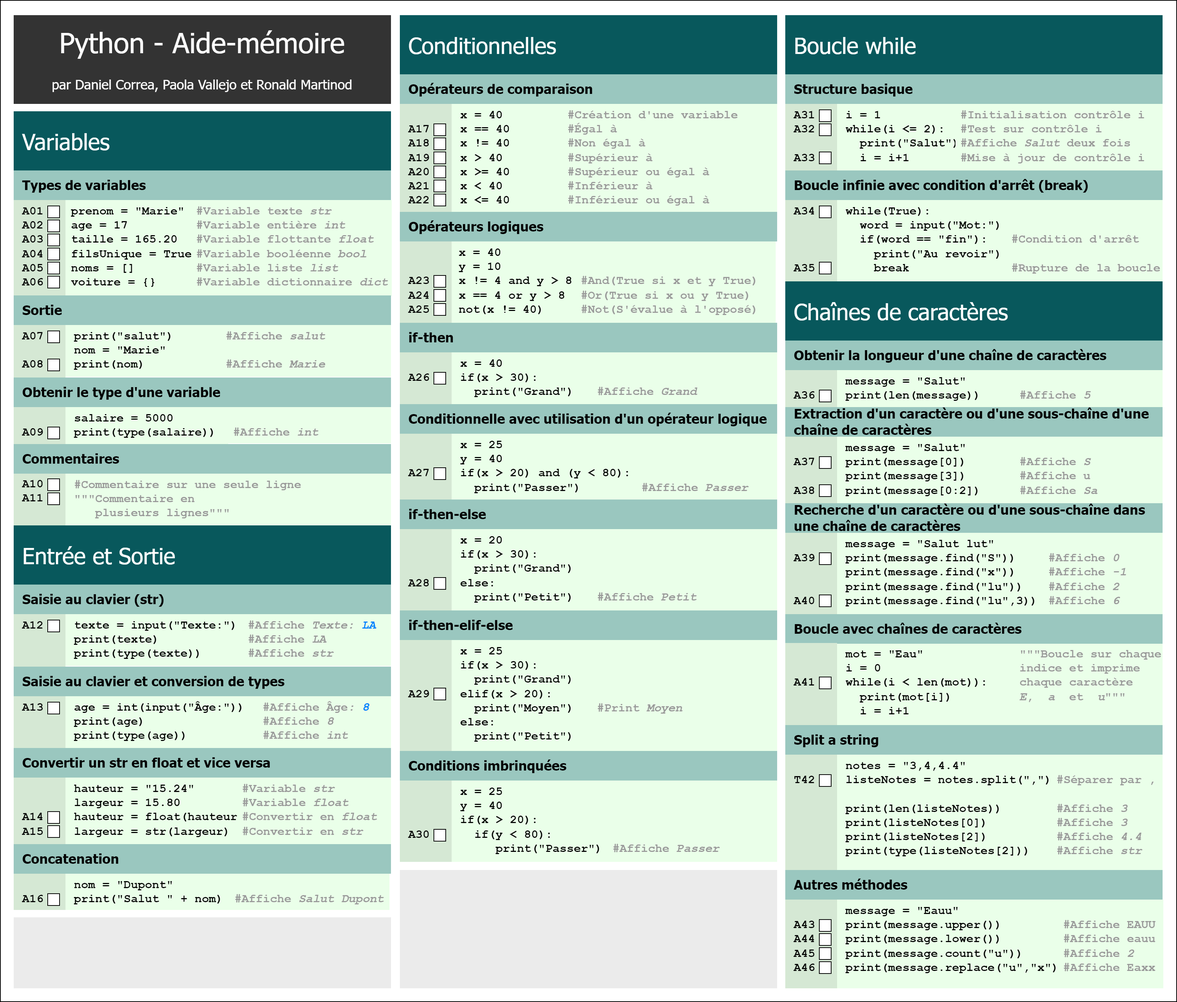
The draw.io diagram Aide-Memoire-Feuille-1.png in PracticalBooks/Python-Pour-Debutants, before a commit. Source tidied: cells renumbered, new cells last; positions are measured from the earlier drawing's top-left corner, leaving out a move shared by most shapes.
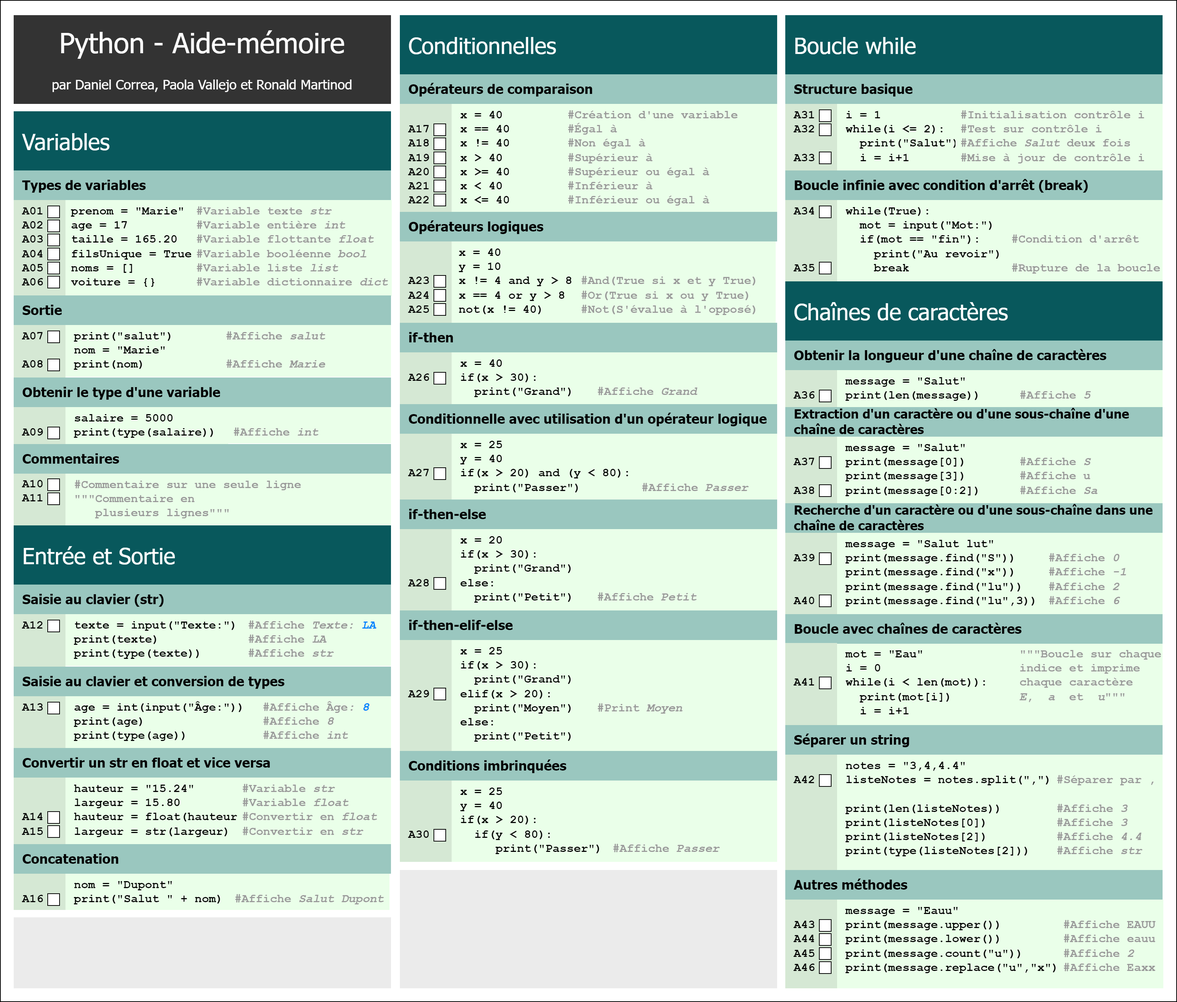
Above is the later version.

Diff of the diagram source:
```diff
@@ -110,7 +110,7 @@
     <mxCell id="37" value="&lt;font style=&quot;&quot;&gt;&lt;font color=&quot;#999999&quot; style=&quot;font-size: 16px;&quot;&gt;&lt;font style=&quot;&quot;&gt;#Initialisation contrôle i&lt;/font&gt;&lt;br&gt;#Test sur contrôle i&lt;br&gt;#Affiche&amp;nbsp;&lt;i style=&quot;&quot;&gt;Salut&lt;/i&gt;&amp;nbsp;deux fois&lt;br&gt;#&lt;font style=&quot;&quot;&gt;Mise à jour de contrôle i&lt;/font&gt;&lt;/font&gt;&lt;br style=&quot;font-size: 16px&quot;&gt;&lt;/font&gt;" style="whiteSpace=wrap;html=1;rounded=0;shadow=0;dashed=0;strokeColor=none;strokeWidth=4;fillColor=#EAFFE9;gradientColor=none;fontFamily=Courier New;fontSize=16;fontColor=#FFFFFF;align=left;spacingLeft=5;verticalAlign=top;spacingTop=0;fontStyle=1;" parent="1" vertex="1">
       <mxGeometry x="1291" y="140" width="280" height="90" as="geometry" />
     </mxCell>
-    <mxCell id="38" value="&lt;font color=&quot;#000000&quot; style=&quot;font-size: 16px&quot;&gt;while(True):&lt;br&gt;&amp;nbsp; word = input(&quot;Mot:&quot;)&lt;br&gt;&amp;nbsp; if(word == &quot;fin&quot;):&lt;br&gt;&amp;nbsp; &amp;nbsp; print(&quot;Au revoir&quot;)&lt;br&gt;&amp;nbsp; &amp;nbsp; break&lt;br style=&quot;font-size: 16px&quot;&gt;&lt;/font&gt;" style="whiteSpace=wrap;html=1;rounded=0;shadow=0;dashed=0;strokeColor=none;strokeWidth=4;fillColor=#EAFFE9;gradientColor=none;fontFamily=Courier New;fontSize=16;fontColor=#FFFFFF;align=left;spacingLeft=10;verticalAlign=top;spacingTop=0;fontStyle=1;" parent="1" vertex="1">
+    <mxCell id="38" value="&lt;font color=&quot;#000000&quot; style=&quot;font-size: 16px&quot;&gt;while(True):&lt;br&gt;&amp;nbsp; mot = input(&quot;Mot:&quot;)&lt;br&gt;&amp;nbsp; if(mot == &quot;fin&quot;):&lt;br&gt;&amp;nbsp; &amp;nbsp; print(&quot;Au revoir&quot;)&lt;br&gt;&amp;nbsp; &amp;nbsp; break&lt;br style=&quot;font-size: 16px&quot;&gt;&lt;/font&gt;" style="whiteSpace=wrap;html=1;rounded=0;shadow=0;dashed=0;strokeColor=none;strokeWidth=4;fillColor=#EAFFE9;gradientColor=none;fontFamily=Courier New;fontSize=16;fontColor=#FFFFFF;align=left;spacingLeft=10;verticalAlign=top;spacingTop=0;fontStyle=1;" parent="1" vertex="1">
       <mxGeometry x="1131" y="270" width="290" height="110" as="geometry" />
     </mxCell>
     <mxCell id="39" value="&lt;font style=&quot;font-size: 16px&quot;&gt;&lt;font color=&quot;#999999&quot; style=&quot;font-size: 16px&quot;&gt;&lt;br&gt;&lt;br&gt;#Condition d'arrêt&lt;br&gt;&lt;/font&gt;&lt;br&gt;&lt;span style=&quot;color: rgb(153 , 153 , 153)&quot;&gt;#Rupture de la boucle&lt;/span&gt;&lt;br style=&quot;font-size: 16px&quot;&gt;&lt;/font&gt;" style="whiteSpace=wrap;html=1;rounded=0;shadow=0;dashed=0;strokeColor=none;strokeWidth=4;fillColor=#EAFFE9;gradientColor=none;fontFamily=Courier New;fontSize=16;fontColor=#FFFFFF;align=left;spacingLeft=5;verticalAlign=top;spacingTop=0;fontStyle=1;" parent="1" vertex="1">
@@ -128,7 +128,7 @@
     <mxCell id="43" value="&lt;font style=&quot;font-size: 16px&quot;&gt;&lt;font color=&quot;#999999&quot;&gt;&lt;br&gt;#Affiche&amp;nbsp;&lt;i&gt;5&lt;/i&gt;&lt;/font&gt;&lt;br style=&quot;font-size: 16px&quot;&gt;&lt;/font&gt;" style="whiteSpace=wrap;html=1;rounded=0;shadow=0;dashed=0;strokeColor=none;strokeWidth=4;fillColor=#EAFFE9;gradientColor=none;fontFamily=Courier New;fontSize=16;fontColor=#FFFFFF;align=left;spacingLeft=5;verticalAlign=top;spacingTop=0;fontStyle=1;" parent="1" vertex="1">
       <mxGeometry x="1371" y="500" width="200" height="50" as="geometry" />
     </mxCell>
-    <mxCell id="44" value="&lt;font color=&quot;#000000&quot;&gt;Recherche d'un caractère ou d'une sous-chaîne dans une chaîne de caractères&lt;/font&gt;" style="whiteSpace=wrap;html=1;rounded=0;shadow=0;dashed=0;strokeColor=none;strokeWidth=4;fillColor=#9AC7BF;gradientColor=none;fontFamily=Tahoma;fontSize=18;fontColor=#FFFFFF;align=left;spacingLeft=10;fontStyle=1;" parent="1" vertex="1">
+    <mxCell id="44" value="&lt;font color=&quot;#000000&quot; style=&quot;font-size: 17px;&quot;&gt;Recherche d'un caractère ou d'une sous-chaîne dans une chaîne de caractères&lt;/font&gt;" style="whiteSpace=wrap;html=1;rounded=0;shadow=0;dashed=0;strokeColor=none;strokeWidth=4;fillColor=#9AC7BF;gradientColor=none;fontFamily=Tahoma;fontSize=17;fontColor=#FFFFFF;align=left;spacingLeft=10;fontStyle=1;" parent="1" vertex="1">
       <mxGeometry x="1061" y="680" width="510" height="40" as="geometry" />
     </mxCell>
     <mxCell id="45" value="&lt;font color=&quot;#000000&quot; style=&quot;font-size: 16px&quot;&gt;message = &quot;Salut lut&quot;&lt;br&gt;print(message.find(&quot;S&quot;))&lt;br&gt;&lt;/font&gt;&lt;span style=&quot;color: rgb(0 , 0 , 0)&quot;&gt;print(message.find(&quot;x&quot;))&lt;/span&gt;&lt;span style=&quot;color: rgb(0 , 0 , 0)&quot;&gt;&lt;br&gt;&lt;/span&gt;&lt;span style=&quot;color: rgb(0 , 0 , 0)&quot;&gt;print(message.find(&quot;lu&quot;))&lt;br&gt;&lt;/span&gt;&lt;span style=&quot;color: rgb(0 , 0 , 0)&quot;&gt;print(message.find(&quot;lu&quot;,3))&lt;/span&gt;&lt;font color=&quot;#000000&quot; style=&quot;font-size: 16px&quot;&gt;&lt;br style=&quot;font-size: 16px&quot;&gt;&lt;/font&gt;" style="whiteSpace=wrap;html=1;rounded=0;shadow=0;dashed=0;strokeColor=none;strokeWidth=4;fillColor=#EAFFE9;gradientColor=none;fontFamily=Courier New;fontSize=16;fontColor=#FFFFFF;align=left;spacingLeft=10;verticalAlign=top;spacingTop=0;fontStyle=1;" parent="1" vertex="1">
@@ -149,7 +149,7 @@
     <mxCell id="50" value="&lt;font color=&quot;#000000&quot; style=&quot;font-size: 16px&quot;&gt;message = &quot;Salut&quot;&lt;br&gt;print(message[0])&lt;br&gt;&lt;/font&gt;&lt;span style=&quot;color: rgb(0 , 0 , 0)&quot;&gt;print(message[3])&lt;br&gt;&lt;/span&gt;&lt;span style=&quot;color: rgb(0 , 0 , 0)&quot;&gt;print(message[0:2])&lt;/span&gt;&lt;font color=&quot;#000000&quot; style=&quot;font-size: 16px&quot;&gt;&lt;br style=&quot;font-size: 16px&quot;&gt;&lt;/font&gt;" style="whiteSpace=wrap;html=1;rounded=0;shadow=0;dashed=0;strokeColor=none;strokeWidth=4;fillColor=#EAFFE9;gradientColor=none;fontFamily=Courier New;fontSize=16;fontColor=#FFFFFF;align=left;spacingLeft=10;verticalAlign=top;spacingTop=0;fontStyle=1;" parent="1" vertex="1">
       <mxGeometry x="1131" y="590" width="240" height="90" as="geometry" />
     </mxCell>
-    <mxCell id="51" value="&lt;font color=&quot;#000000&quot;&gt;Extraction d'un caractère ou d'une sous-chaîne d'une chaîne de caractères&lt;/font&gt;" style="whiteSpace=wrap;html=1;rounded=0;shadow=0;dashed=0;strokeColor=none;strokeWidth=4;fillColor=#9AC7BF;gradientColor=none;fontFamily=Tahoma;fontSize=18;fontColor=#FFFFFF;align=left;spacingLeft=10;fontStyle=1;" parent="1" vertex="1">
+    <mxCell id="51" value="&lt;font color=&quot;#000000&quot; style=&quot;font-size: 17px;&quot;&gt;Extraction d'un caractère ou d'une sous-chaîne d'une chaîne de caractères&lt;/font&gt;" style="whiteSpace=wrap;html=1;rounded=0;shadow=0;dashed=0;strokeColor=none;strokeWidth=4;fillColor=#9AC7BF;gradientColor=none;fontFamily=Tahoma;fontSize=17;fontColor=#FFFFFF;align=left;spacingLeft=10;fontStyle=1;" parent="1" vertex="1">
       <mxGeometry x="1061" y="550" width="510" height="40" as="geometry" />
     </mxCell>
     <mxCell id="52" value="&lt;font color=&quot;#000000&quot; style=&quot;font-size: 16px&quot;&gt;mot = &quot;Eau&quot;&lt;br&gt;i = 0&lt;br&gt;while(i &amp;lt; len(mot)):&lt;br&gt;&amp;nbsp; print(mot[i])&lt;br&gt;&amp;nbsp; i = i+1&lt;br&gt;&lt;br style=&quot;font-size: 16px&quot;&gt;&lt;/font&gt;" style="whiteSpace=wrap;html=1;rounded=0;shadow=0;dashed=0;strokeColor=none;strokeWidth=4;fillColor=#EAFFE9;gradientColor=none;fontFamily=Courier New;fontSize=16;fontColor=#FFFFFF;align=left;spacingLeft=10;verticalAlign=top;spacingTop=0;fontStyle=1;" parent="1" vertex="1">
@@ -167,7 +167,7 @@
     <mxCell id="56" value="&lt;font style=&quot;&quot;&gt;&lt;font style=&quot;&quot; color=&quot;#999999&quot;&gt;&lt;br&gt;#Séparer par ,&lt;i style=&quot;font-size: 16px;&quot;&gt;&lt;br&gt;&lt;/i&gt;&lt;/font&gt;&lt;span style=&quot;font-size: 16px; color: rgb(153, 153, 153);&quot;&gt;&lt;br&gt;#Affiche&amp;nbsp;&lt;i&gt;3&lt;br&gt;&lt;/i&gt;&lt;/span&gt;&lt;span style=&quot;font-size: 16px; color: rgb(153, 153, 153);&quot;&gt;#Affiche&amp;nbsp;&lt;i&gt;3&lt;br&gt;&lt;/i&gt;&lt;/span&gt;&lt;span style=&quot;font-size: 16px; color: rgb(153, 153, 153);&quot;&gt;#Affiche&amp;nbsp;&lt;i&gt;4.4&lt;/i&gt;&lt;/span&gt;&lt;span style=&quot;font-size: 16px; color: rgb(153, 153, 153);&quot;&gt;&lt;i&gt;&lt;br&gt;&lt;/i&gt;&lt;/span&gt;&lt;span style=&quot;font-size: 16px; color: rgb(153, 153, 153);&quot;&gt;#Affiche&amp;nbsp;&lt;i&gt;str&lt;/i&gt;&lt;/span&gt;&lt;br style=&quot;font-size: 16px&quot;&gt;&lt;/font&gt;" style="whiteSpace=wrap;html=1;rounded=0;shadow=0;dashed=0;strokeColor=none;strokeWidth=4;fillColor=#EAFFE9;gradientColor=none;fontFamily=Courier New;fontSize=16;fontColor=#FFFFFF;align=left;spacingLeft=5;verticalAlign=top;spacingTop=0;fontStyle=1;" parent="1" vertex="1">
       <mxGeometry x="1421" y="1020" width="150" height="156" as="geometry" />
     </mxCell>
-    <mxCell id="57" value="&lt;font color=&quot;#000000&quot; style=&quot;font-size: 18px&quot;&gt;Split a string&lt;/font&gt;" style="whiteSpace=wrap;html=1;rounded=0;shadow=0;dashed=0;strokeColor=none;strokeWidth=4;fillColor=#9AC7BF;gradientColor=none;fontFamily=Tahoma;fontSize=18;fontColor=#FFFFFF;align=left;spacingLeft=10;fontStyle=1;" parent="1" vertex="1">
+    <mxCell id="57" value="&lt;font color=&quot;#000000&quot; style=&quot;font-size: 18px&quot;&gt;Séparer un string&lt;/font&gt;" style="whiteSpace=wrap;html=1;rounded=0;shadow=0;dashed=0;strokeColor=none;strokeWidth=4;fillColor=#9AC7BF;gradientColor=none;fontFamily=Tahoma;fontSize=18;fontColor=#FFFFFF;align=left;spacingLeft=10;fontStyle=1;" parent="1" vertex="1">
       <mxGeometry x="1061" y="980" width="510" height="40" as="geometry" />
     </mxCell>
     <mxCell id="58" value="&lt;font color=&quot;#000000&quot; style=&quot;font-size: 16px&quot;&gt;x = 25&lt;br&gt;y = 40&lt;br&gt;if(x &amp;gt; 20) and (y &amp;lt; 80):&amp;nbsp; &amp;nbsp; print(&quot;Passer&quot;)&lt;br&gt;&amp;nbsp;&amp;nbsp;&lt;br style=&quot;font-size: 16px&quot;&gt;&lt;/font&gt;" style="whiteSpace=wrap;html=1;rounded=0;shadow=0;dashed=0;strokeColor=none;strokeWidth=4;fillColor=#EAFFE9;gradientColor=none;fontFamily=Courier New;fontSize=16;fontColor=#FFFFFF;align=left;spacingLeft=10;verticalAlign=top;spacingTop=0;fontStyle=1;" parent="1" vertex="1">
@@ -410,7 +410,7 @@
     <mxCell id="137" style="rounded=0;whiteSpace=wrap;html=1;fontSize=17;fontColor=default;" parent="1" vertex="1">
       <mxGeometry x="1107" y="915" width="16" height="16" as="geometry" />
     </mxCell>
-    <mxCell id="138" value="&lt;div style=&quot;&quot;&gt;&lt;span style=&quot;background-color: initial;&quot;&gt;&lt;br&gt;&lt;/span&gt;&lt;/div&gt;&lt;div style=&quot;&quot;&gt;&lt;span style=&quot;background-color: initial;&quot;&gt;T42&lt;/span&gt;&lt;/div&gt;&lt;font style=&quot;font-size: 16px&quot;&gt;&lt;div style=&quot;&quot;&gt;&lt;br&gt;&lt;/div&gt;&lt;div style=&quot;&quot;&gt;&lt;br&gt;&lt;/div&gt;&lt;div style=&quot;&quot;&gt;&lt;br&gt;&lt;/div&gt;&lt;/font&gt;" style="whiteSpace=wrap;html=1;rounded=0;shadow=0;dashed=0;strokeColor=none;strokeWidth=4;fillColor=#D5E8D4;gradientColor=none;fontFamily=Courier New;fontSize=16;fontColor=default;align=left;spacingLeft=10;verticalAlign=top;spacingTop=0;fontStyle=1;" parent="1" vertex="1">
+    <mxCell id="138" value="&lt;div style=&quot;&quot;&gt;&lt;span style=&quot;background-color: initial;&quot;&gt;&lt;br&gt;&lt;/span&gt;&lt;/div&gt;&lt;div style=&quot;&quot;&gt;&lt;span style=&quot;background-color: initial;&quot;&gt;A42&lt;/span&gt;&lt;/div&gt;&lt;font style=&quot;font-size: 16px&quot;&gt;&lt;div style=&quot;&quot;&gt;&lt;br&gt;&lt;/div&gt;&lt;div style=&quot;&quot;&gt;&lt;br&gt;&lt;/div&gt;&lt;div style=&quot;&quot;&gt;&lt;br&gt;&lt;/div&gt;&lt;/font&gt;" style="whiteSpace=wrap;html=1;rounded=0;shadow=0;dashed=0;strokeColor=none;strokeWidth=4;fillColor=#D5E8D4;gradientColor=none;fontFamily=Courier New;fontSize=16;fontColor=default;align=left;spacingLeft=10;verticalAlign=top;spacingTop=0;fontStyle=1;" parent="1" vertex="1">
       <mxGeometry x="1061" y="1020" width="70" height="160" as="geometry" />
     </mxCell>
     <mxCell id="139" style="rounded=0;whiteSpace=wrap;html=1;fontSize=17;fontColor=default;" parent="1" vertex="1">
```
